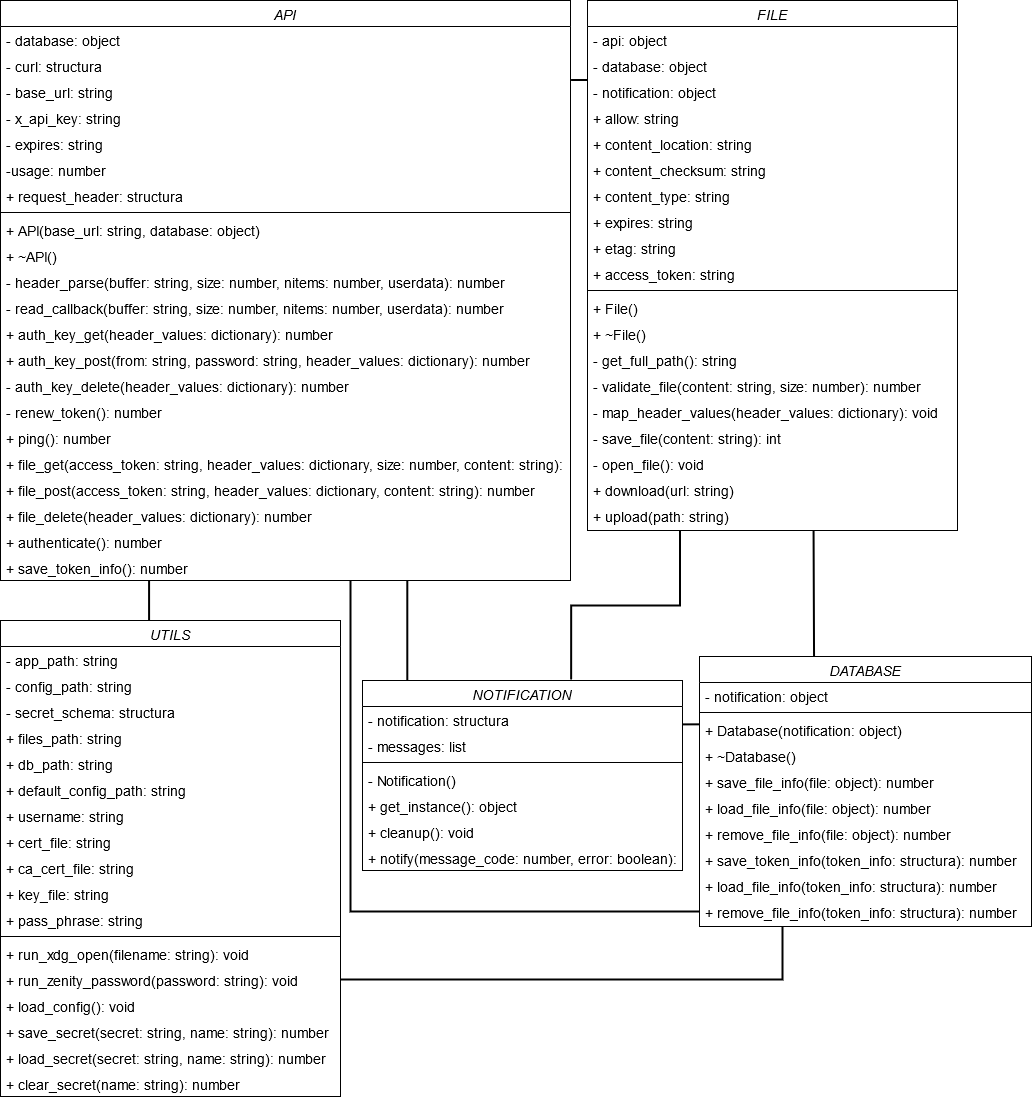
PlayerBerny12/VUT-IBT keeps this draw.io diagram as other-fig/class_diagram_after_implementation.png. Above is the earlier version. Source tidied: cells renumbered, new cells last; positions are measured from the earlier drawing's top-left corner, leaving out a move shared by most shapes.
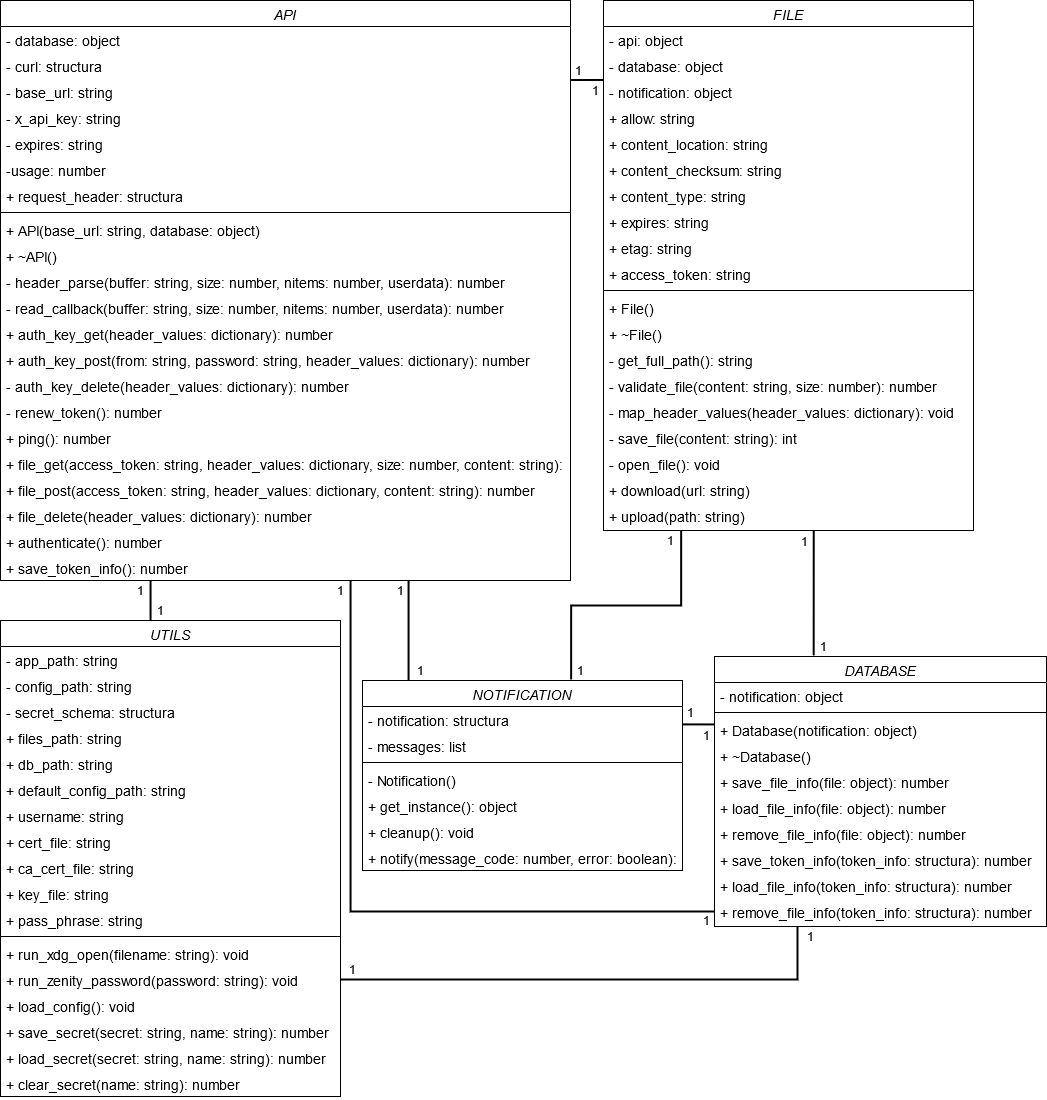
After the change.

The edit, as a diff of the source:
```diff
@@ -72,7 +72,7 @@
       <mxGeometry y="554" width="570" height="26" as="geometry" />
     </mxCell>
     <mxCell id="25" value="FILE" style="swimlane;fontStyle=2;align=center;verticalAlign=top;horizontal=1;startSize=26;rounded=0;shadow=0;strokeWidth=1;fontSize=14;" parent="1" vertex="1">
-      <mxGeometry x="587" width="370" height="530" as="geometry" />
+      <mxGeometry x="603" width="370" height="530" as="geometry" />
     </mxCell>
     <mxCell id="26" value="- api: object" style="text;align=left;verticalAlign=top;spacingLeft=4;spacingRight=4;overflow=hidden;rounded=0;shadow=0;html=0;fontSize=14;" parent="25" vertex="1">
       <mxGeometry y="26" width="370" height="26" as="geometry" />
@@ -198,15 +198,15 @@
     <mxCell id="65" value="+ clear_secret(name: string): number" style="text;align=left;verticalAlign=top;spacingLeft=4;spacingRight=4;overflow=hidden;rounded=0;shadow=0;html=0;fontSize=14;" parent="47" vertex="1">
       <mxGeometry y="450" width="340" height="26" as="geometry" />
     </mxCell>
-    <mxCell id="66" style="edgeStyle=orthogonalEdgeStyle;rounded=0;jettySize=auto;html=1;exitX=0.345;exitY=-0.001;exitDx=0;exitDy=0;entryX=0.611;entryY=1.072;entryDx=0;entryDy=0;endArrow=none;endFill=0;strokeWidth=2;exitPerimeter=0;fontSize=14;entryPerimeter=0;" parent="1" edge="1" source="67" target="45">
+    <mxCell id="66" style="edgeStyle=orthogonalEdgeStyle;rounded=0;jettySize=auto;html=1;exitX=0.009;exitY=0.953;exitDx=0;exitDy=0;entryX=0.983;entryY=-0.05;entryDx=0;entryDy=0;endArrow=none;endFill=0;strokeWidth=2;exitPerimeter=0;fontSize=14;entryPerimeter=0;" parent="1" edge="1" source="100" target="99">
       <mxGeometry relative="1" as="geometry">
         <Array as="points">
-          <mxPoint x="813" y="656" />
+          <mxPoint x="813" y="530" />
         </Array>
       </mxGeometry>
     </mxCell>
     <mxCell id="67" value="DATABASE" style="swimlane;fontStyle=2;align=center;verticalAlign=top;horizontal=1;startSize=26;rounded=0;shadow=0;strokeWidth=1;fontSize=14;" parent="1" vertex="1">
-      <mxGeometry x="699" y="656" width="332" height="270" as="geometry" />
+      <mxGeometry x="714" y="656" width="332" height="270" as="geometry" />
     </mxCell>
     <mxCell id="68" value="- notification: object" style="text;align=left;verticalAlign=top;spacingLeft=4;spacingRight=4;overflow=hidden;rounded=0;shadow=0;html=0;fontSize=14;" parent="67" vertex="1">
       <mxGeometry y="26" width="332" height="26" as="geometry" />
@@ -245,11 +245,11 @@
         </Array>
       </mxGeometry>
     </mxCell>
-    <mxCell id="79" style="edgeStyle=orthogonalEdgeStyle;rounded=0;jettySize=auto;html=1;exitX=0.652;exitY=-0.005;exitDx=0;exitDy=0;endArrow=none;endFill=0;strokeWidth=2;entryX=0.25;entryY=1;entryDx=0;entryDy=0;exitPerimeter=0;fontSize=14;" parent="1" edge="1" source="80" target="25">
+    <mxCell id="79" style="edgeStyle=orthogonalEdgeStyle;rounded=0;jettySize=auto;html=1;exitX=0.652;exitY=-0.005;exitDx=0;exitDy=0;endArrow=none;endFill=0;strokeWidth=2;entryX=1.033;entryY=0.017;entryDx=0;entryDy=0;exitPerimeter=0;fontSize=14;entryPerimeter=0;" parent="1" edge="1" source="80" target="97">
       <mxGeometry relative="1" as="geometry">
         <Array as="points">
           <mxPoint x="571" y="605" />
-          <mxPoint x="680" y="605" />
+          <mxPoint x="681" y="605" />
         </Array>
       </mxGeometry>
     </mxCell>
@@ -289,13 +289,59 @@
         </Array>
       </mxGeometry>
     </mxCell>
-    <mxCell id="90" style="edgeStyle=orthogonalEdgeStyle;rounded=0;jettySize=auto;html=1;exitX=1.001;exitY=0.058;exitDx=0;exitDy=0;endArrow=none;endFill=0;strokeWidth=2;fontSize=14;exitPerimeter=0;" parent="1" edge="1" source="5">
-      <mxGeometry relative="1" as="geometry">
-        <mxPoint x="587" y="80" as="targetPoint" />
-      </mxGeometry>
+    <mxCell id="90" style="edgeStyle=orthogonalEdgeStyle;rounded=0;jettySize=auto;html=1;exitX=1.001;exitY=0.058;exitDx=0;exitDy=0;endArrow=none;endFill=0;strokeWidth=2;fontSize=14;exitPerimeter=0;entryX=-0.001;entryY=0.087;entryDx=0;entryDy=0;entryPerimeter=0;" parent="1" edge="1" source="5" target="28">
+      <mxGeometry relative="1" as="geometry" />
     </mxCell>
     <mxCell id="91" style="edgeStyle=orthogonalEdgeStyle;rounded=0;jettySize=auto;html=1;endArrow=none;endFill=0;strokeWidth=2;fontSize=14;entryX=0;entryY=0.25;entryDx=0;entryDy=0;exitX=1;exitY=0.688;exitDx=0;exitDy=0;exitPerimeter=0;" parent="1" edge="1" source="81" target="67">
       <mxGeometry relative="1" as="geometry" />
     </mxCell>
+    <mxCell id="92" value="1" style="text;html=1;align=center;verticalAlign=middle;strokeColor=none;" parent="1" vertex="1">
+      <mxGeometry x="130" y="580" width="20" height="20" as="geometry" />
+    </mxCell>
+    <mxCell id="93" value="1" style="text;html=1;align=center;verticalAlign=middle;strokeColor=none;" parent="1" vertex="1">
+      <mxGeometry x="150" y="600" width="20" height="20" as="geometry" />
+    </mxCell>
+    <mxCell id="94" value="1" style="text;html=1;align=center;verticalAlign=middle;strokeColor=none;" parent="1" vertex="1">
+      <mxGeometry x="330" y="580" width="20" height="20" as="geometry" />
+    </mxCell>
+    <mxCell id="95" value="1" style="text;html=1;align=center;verticalAlign=middle;strokeColor=none;" parent="1" vertex="1">
+      <mxGeometry x="390" y="580" width="20" height="20" as="geometry" />
+    </mxCell>
+    <mxCell id="96" value="1" style="text;html=1;align=center;verticalAlign=middle;strokeColor=none;" parent="1" vertex="1">
+      <mxGeometry x="410" y="660" width="20" height="20" as="geometry" />
+    </mxCell>
+    <mxCell id="97" value="1" style="text;html=1;align=center;verticalAlign=middle;points=[];strokeColor=none;" parent="1" vertex="1">
+      <mxGeometry x="660" y="530" width="20" height="20" as="geometry" />
+    </mxCell>
+    <mxCell id="98" value="1" style="text;html=1;align=center;verticalAlign=middle;strokeColor=none;" parent="1" vertex="1">
+      <mxGeometry x="570" y="660" width="20" height="20" as="geometry" />
+    </mxCell>
+    <mxCell id="99" value="1" style="text;html=1;align=center;verticalAlign=middle;points=[];strokeColor=none;" parent="1" vertex="1">
+      <mxGeometry x="794" y="531" width="20" height="20" as="geometry" />
+    </mxCell>
+    <mxCell id="100" value="1" style="text;html=1;align=center;verticalAlign=middle;points=[];strokeColor=none;" parent="1" vertex="1">
+      <mxGeometry x="813" y="636" width="20" height="20" as="geometry" />
+    </mxCell>
+    <mxCell id="101" value="1" style="text;html=1;align=center;verticalAlign=middle;strokeColor=none;" parent="1" vertex="1">
+      <mxGeometry x="680" y="702" width="20" height="20" as="geometry" />
+    </mxCell>
+    <mxCell id="102" value="1" style="text;html=1;align=center;verticalAlign=middle;strokeColor=none;" parent="1" vertex="1">
+      <mxGeometry x="696" y="725" width="20" height="20" as="geometry" />
+    </mxCell>
+    <mxCell id="103" value="1" style="text;html=1;align=center;verticalAlign=middle;strokeColor=none;" parent="1" vertex="1">
+      <mxGeometry x="696" y="910" width="20" height="20" as="geometry" />
+    </mxCell>
+    <mxCell id="104" value="1" style="text;html=1;align=center;verticalAlign=middle;strokeColor=none;" parent="1" vertex="1">
+      <mxGeometry x="342" y="959" width="20" height="20" as="geometry" />
+    </mxCell>
+    <mxCell id="105" value="1" style="text;html=1;align=center;verticalAlign=middle;strokeColor=none;" parent="1" vertex="1">
+      <mxGeometry x="800" y="926" width="20" height="20" as="geometry" />
+    </mxCell>
+    <mxCell id="106" value="1" style="text;html=1;align=center;verticalAlign=middle;strokeColor=none;" parent="1" vertex="1">
+      <mxGeometry x="568" y="60" width="20" height="20" as="geometry" />
+    </mxCell>
+    <mxCell id="107" value="1" style="text;html=1;align=center;verticalAlign=middle;strokeColor=none;" parent="1" vertex="1">
+      <mxGeometry x="585" y="80" width="20" height="20" as="geometry" />
+    </mxCell>
   </root>
 </mxGraphModel>
```
